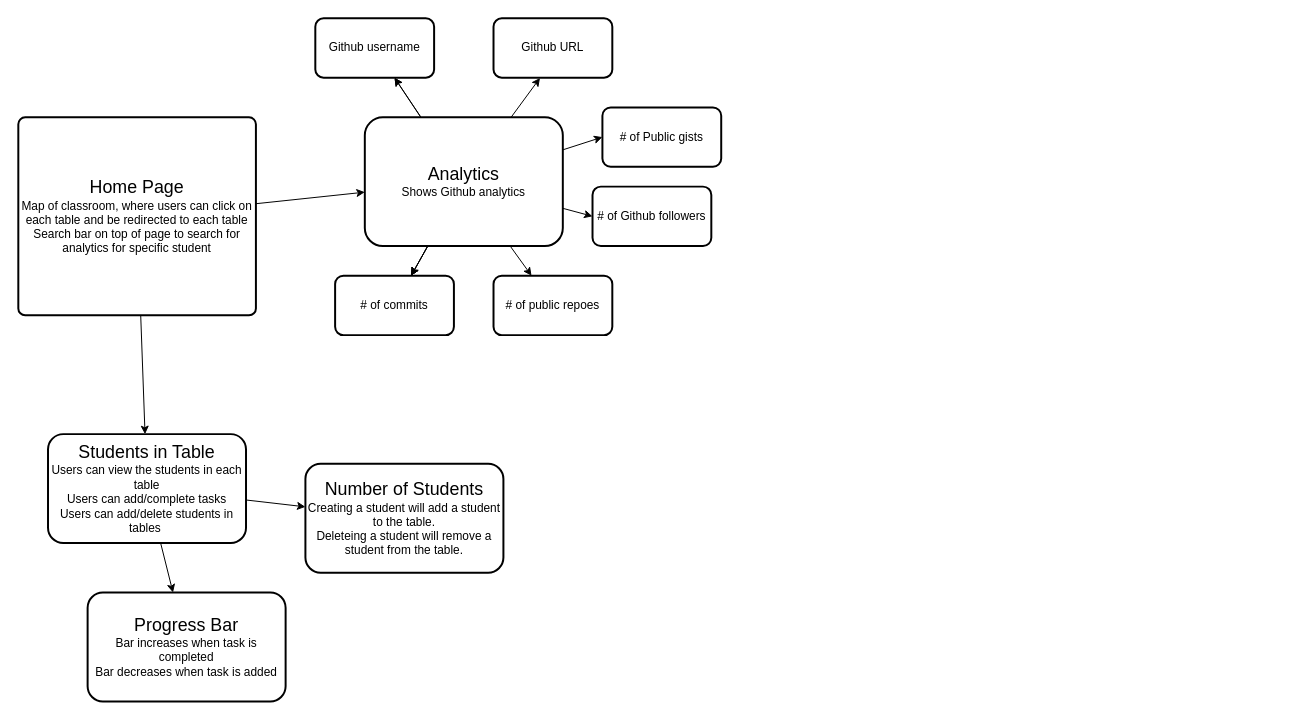
Above: _posts/StudentTable.drawio in nitinsandiego/NitinBstudent_2025 (draw.io), before the change. Source tidied: cells renumbered, new cells numbered last; positions are measured from the earlier drawing's top-left corner, leaving out a move shared by most shapes. Both pictures are drawn from the tidied source at 99%, with x=0, y=0 at pixel (18, 18).
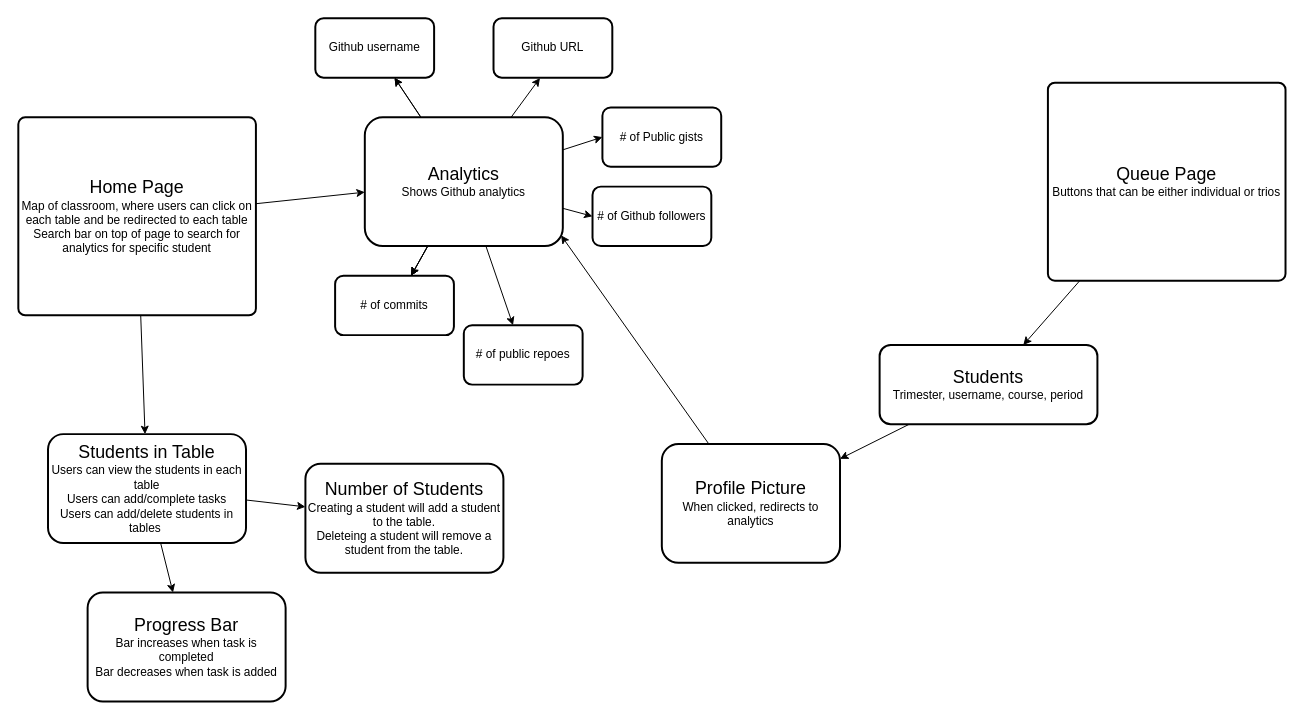
After the change.

The change refers to these unchanged cells:
```xml
<mxCell id="14" value="&lt;span style=&quot;font-size: 18px;&quot;&gt;Analytics&lt;/span&gt;&lt;br&gt;Shows Github analytics" style="whiteSpace=wrap;html=1;rounded=1;arcSize=14;strokeWidth=2;" parent="1" vertex="1">
  <mxGeometry x="350" y="100" width="200" height="130" as="geometry" />
</mxCell>
```

Change to the diagram source:
```diff
@@
     <mxCell id="21" value="# of public repoes" style="whiteSpace=wrap;html=1;rounded=1;arcSize=14;strokeWidth=2;" parent="1" vertex="1">
-      <mxGeometry x="480" y="260" width="120" height="60" as="geometry" />
+      <mxGeometry x="450" y="310" width="120" height="60" as="geometry" />
     </mxCell>
@@
+    <mxCell id="26" style="edgeStyle=none;html=1;" parent="1" edge="1" source="27" target="29">
+      <mxGeometry relative="1" as="geometry" />
+    </mxCell>
+    <mxCell id="27" value="&lt;font style=&quot;&quot;&gt;&lt;span style=&quot;font-size: 18px;&quot;&gt;Queue Page&lt;/span&gt;&lt;br&gt;Buttons that can be either individual or trios&lt;br&gt;&lt;/font&gt;" style="rounded=1;whiteSpace=wrap;html=1;absoluteArcSize=1;arcSize=14;strokeWidth=2;" parent="1" vertex="1">
+      <mxGeometry x="1040" y="65" width="240" height="200" as="geometry" />
+    </mxCell>
+    <mxCell id="28" style="edgeStyle=none;html=1;fontSize=12;" parent="1" edge="1" source="29" target="31">
+      <mxGeometry relative="1" as="geometry" />
+    </mxCell>
+    <mxCell id="29" value="&lt;font style=&quot;&quot;&gt;&lt;span style=&quot;font-size: 18px;&quot;&gt;Students&lt;/span&gt;&lt;br&gt;&lt;font style=&quot;font-size: 12px;&quot;&gt;Trimester, username, course, period&lt;/font&gt;&lt;br&gt;&lt;/font&gt;" style="whiteSpace=wrap;html=1;rounded=1;arcSize=14;strokeWidth=2;" parent="1" vertex="1">
+      <mxGeometry x="870" y="330" width="220" height="80" as="geometry" />
+    </mxCell>
+    <mxCell id="30" style="edgeStyle=none;html=1;fontSize=18;entryX=0.991;entryY=0.917;entryDx=0;entryDy=0;entryPerimeter=0;" parent="1" edge="1" source="31" target="14">
+      <mxGeometry relative="1" as="geometry" />
+    </mxCell>
+    <mxCell id="31" value="&lt;font style=&quot;font-size: 18px;&quot;&gt;Profile Picture&lt;br&gt;&lt;/font&gt;When clicked, redirects to analytics" style="whiteSpace=wrap;html=1;rounded=1;arcSize=14;strokeWidth=2;" parent="1" vertex="1">
+      <mxGeometry x="650" y="430" width="180" height="120" as="geometry" />
+    </mxCell>
```
